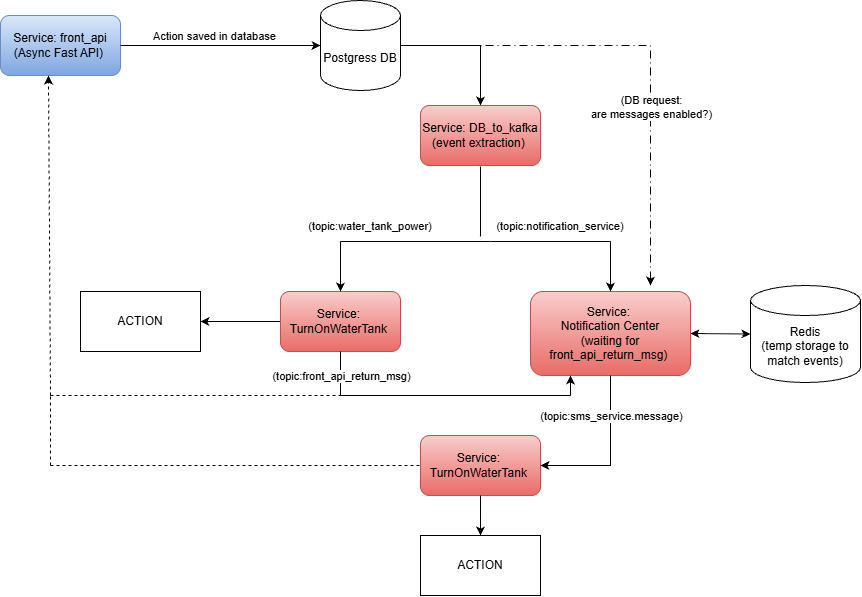
Before: docs/architecture.png, a diagram exported from draw.io (bart234/Microservices_p1_water_tanks_tracker). Source tidied: cells renumbered, new cells last; positions are measured from the earlier drawing's top-left corner, leaving out a move shared by most shapes. Source of this version:
```xml
<mxGraphModel>
  <root>
    <mxCell id="0" />
    <mxCell id="1" parent="0" />
    <mxCell id="2" value="Service: front_api&lt;div&gt;(Async Fast API)&amp;nbsp;&lt;/div&gt;" style="rounded=1;whiteSpace=wrap;html=1;roundedPerimeter=1;fillColor=#dae8fc;gradientColor=#7ea6e0;strokeColor=#6c8ebf;" parent="1" vertex="1">
      <mxGeometry y="15" width="120" height="60" as="geometry" />
    </mxCell>
    <mxCell id="3" style="edgeStyle=orthogonalEdgeStyle;rounded=0;jettySize=auto;html=1;exitX=1;exitY=0.5;exitDx=0;exitDy=0;exitPerimeter=0;entryX=0.5;entryY=0;entryDx=0;entryDy=0;" parent="1" edge="1" source="4" target="17">
      <mxGeometry relative="1" as="geometry" />
    </mxCell>
    <mxCell id="4" value="Postgress DB" style="shape=cylinder3;whiteSpace=wrap;html=1;boundedLbl=1;backgroundOutline=1;size=15;" parent="1" vertex="1">
      <mxGeometry x="320" width="80" height="90" as="geometry" />
    </mxCell>
    <mxCell id="5" style="endArrow=classic;html=1;rounded=0;exitX=1;exitY=0.5;exitDx=0;exitDy=0;entryX=0;entryY=0.5;entryDx=0;entryDy=0;entryPerimeter=0;" parent="1" edge="1" source="2" target="4">
      <mxGeometry relative="1" as="geometry" />
    </mxCell>
    <mxCell id="6" value="Action saved in database" style="edgeLabel;html=1;align=center;verticalAlign=middle;" parent="5" vertex="1">
      <mxGeometry x="-0.07" y="-3" relative="1" as="geometry">
        <mxPoint y="-13" as="offset" />
      </mxGeometry>
    </mxCell>
    <mxCell id="7" style="endArrow=none;html=1;rounded=0;" parent="1" edge="1">
      <mxGeometry relative="1" as="geometry">
        <mxPoint x="480" y="236" as="sourcePoint" />
        <mxPoint x="480" y="166" as="targetPoint" />
      </mxGeometry>
    </mxCell>
    <mxCell id="8" style="edgeStyle=orthogonalEdgeStyle;rounded=0;jettySize=auto;html=1;exitX=0;exitY=0.5;exitDx=0;exitDy=0;entryX=1;entryY=0.5;entryDx=0;entryDy=0;" parent="1" edge="1" source="9" target="20">
      <mxGeometry relative="1" as="geometry" />
    </mxCell>
    <mxCell id="9" value="Service:&amp;nbsp;&lt;div&gt;TurnOnWaterTank&lt;span style=&quot;background-color: transparent; color: light-dark(rgb(0, 0, 0), rgb(255, 255, 255));&quot;&gt;&amp;nbsp;&lt;/span&gt;&lt;/div&gt;" style="rounded=1;whiteSpace=wrap;html=1;roundedPerimeter=1;fillColor=#f8cecc;gradientColor=#ea6b66;strokeColor=#b85450;" parent="1" vertex="1">
      <mxGeometry x="280" y="291" width="120" height="60" as="geometry" />
    </mxCell>
    <mxCell id="10" value="Service:&amp;nbsp;&lt;div&gt;Notification Center&lt;div&gt;(waiting for front_api_return_msg)&amp;nbsp;&lt;/div&gt;&lt;/div&gt;" style="rounded=1;whiteSpace=wrap;html=1;roundedPerimeter=1;fillColor=#f8cecc;gradientColor=#ea6b66;strokeColor=#b85450;" parent="1" vertex="1">
      <mxGeometry x="530" y="291" width="160" height="84" as="geometry" />
    </mxCell>
    <mxCell id="11" style="endArrow=none;html=1;rounded=0;" parent="1" edge="1">
      <mxGeometry relative="1" as="geometry">
        <mxPoint x="490" y="241" as="sourcePoint" />
        <mxPoint x="610" y="241" as="targetPoint" />
      </mxGeometry>
    </mxCell>
    <mxCell id="12" value="(topic:notification_service)&amp;nbsp;" style="edgeLabel;html=1;align=center;verticalAlign=middle;" parent="11" vertex="1">
      <mxGeometry x="0.18" y="4" relative="1" as="geometry">
        <mxPoint x="-1" y="-12" as="offset" />
      </mxGeometry>
    </mxCell>
    <mxCell id="13" style="endArrow=none;html=1;rounded=0;" parent="1" edge="1">
      <mxGeometry relative="1" as="geometry">
        <mxPoint x="340" y="241" as="sourcePoint" />
        <mxPoint x="490" y="241" as="targetPoint" />
      </mxGeometry>
    </mxCell>
    <mxCell id="14" value="(topic:water_tank_power)&amp;nbsp;" style="edgeLabel;html=1;align=center;verticalAlign=middle;" parent="13" vertex="1">
      <mxGeometry x="-0.6" y="-2" relative="1" as="geometry">
        <mxPoint y="-18" as="offset" />
      </mxGeometry>
    </mxCell>
    <mxCell id="15" style="endArrow=classic;html=1;rounded=0;entryX=0.5;entryY=0;entryDx=0;entryDy=0;" parent="1" edge="1" target="9">
      <mxGeometry relative="1" as="geometry">
        <mxPoint x="340" y="241" as="sourcePoint" />
      </mxGeometry>
    </mxCell>
    <mxCell id="16" style="endArrow=classic;html=1;rounded=0;" parent="1" edge="1" target="10">
      <mxGeometry x="0.83" relative="1" as="geometry">
        <mxPoint x="610" y="241" as="sourcePoint" />
      </mxGeometry>
    </mxCell>
    <mxCell id="17" value="Service: DB_to_kafka&lt;div&gt;(event extraction)&amp;nbsp;&lt;/div&gt;" style="rounded=1;whiteSpace=wrap;html=1;roundedPerimeter=1;fillColor=#f8cecc;gradientColor=#ea6b66;strokeColor=#b85450;" parent="1" vertex="1">
      <mxGeometry x="420" y="105" width="120" height="60" as="geometry" />
    </mxCell>
    <mxCell id="18" value="Redis&lt;br&gt;(temp storage to match events)" style="shape=cylinder3;whiteSpace=wrap;html=1;boundedLbl=1;backgroundOutline=1;size=15;" parent="1" vertex="1">
      <mxGeometry x="750" y="285" width="110" height="97" as="geometry" />
    </mxCell>
    <mxCell id="19" style="endArrow=classic;startArrow=classic;html=1;rounded=0;entryX=0;entryY=0.5;entryDx=0;entryDy=0;entryPerimeter=0;exitX=1;exitY=0.5;exitDx=0;exitDy=0;" parent="1" edge="1" source="10" target="18">
      <mxGeometry relative="1" as="geometry" />
    </mxCell>
    <mxCell id="20" value="ACTION" style="rounded=0;whiteSpace=wrap;html=1;" parent="1" vertex="1">
      <mxGeometry x="80" y="291" width="120" height="60" as="geometry" />
    </mxCell>
    <mxCell id="21" style="endArrow=none;html=1;rounded=0;entryX=0.5;entryY=1;entryDx=0;entryDy=0;" parent="1" edge="1" target="9">
      <mxGeometry relative="1" as="geometry">
        <mxPoint x="340" y="395" as="sourcePoint" />
      </mxGeometry>
    </mxCell>
    <mxCell id="22" style="endArrow=none;html=1;rounded=0;dashed=1;" parent="1" edge="1">
      <mxGeometry relative="1" as="geometry">
        <mxPoint x="50" y="395" as="sourcePoint" />
        <mxPoint x="340" y="395" as="targetPoint" />
      </mxGeometry>
    </mxCell>
    <mxCell id="23" style="endArrow=none;html=1;rounded=0;" parent="1" edge="1">
      <mxGeometry relative="1" as="geometry">
        <mxPoint x="340" y="395" as="sourcePoint" />
        <mxPoint x="570" y="395" as="targetPoint" />
      </mxGeometry>
    </mxCell>
    <mxCell id="24" value="(topic:front_api_return_msg)" style="edgeLabel;html=1;align=center;verticalAlign=middle;" parent="23" vertex="1">
      <mxGeometry x="-0.08" y="-3" relative="1" as="geometry">
        <mxPoint x="-106" y="-23" as="offset" />
      </mxGeometry>
    </mxCell>
    <mxCell id="25" style="endArrow=classic;html=1;rounded=0;entryX=0.25;entryY=1;entryDx=0;entryDy=0;" parent="1" edge="1" target="10">
      <mxGeometry relative="1" as="geometry">
        <mxPoint x="570" y="395" as="sourcePoint" />
      </mxGeometry>
    </mxCell>
    <mxCell id="26" style="endArrow=classic;html=1;rounded=0;entryX=0.4;entryY=1;entryDx=0;entryDy=0;dashed=1;" parent="1" edge="1" target="2">
      <mxGeometry relative="1" as="geometry">
        <mxPoint x="50" y="395" as="sourcePoint" />
      </mxGeometry>
    </mxCell>
    <mxCell id="27" value="Service:&amp;nbsp;&lt;div&gt;TurnOnWaterTank&lt;span style=&quot;background-color: transparent; color: light-dark(rgb(0, 0, 0), rgb(255, 255, 255));&quot;&gt;&amp;nbsp;&lt;/span&gt;&lt;/div&gt;" style="rounded=1;whiteSpace=wrap;html=1;roundedPerimeter=1;fillColor=#f8cecc;gradientColor=#ea6b66;strokeColor=#b85450;" parent="1" vertex="1">
      <mxGeometry x="420" y="435" width="120" height="60" as="geometry" />
    </mxCell>
    <mxCell id="28" style="endArrow=classic;html=1;rounded=0;entryX=1;entryY=0.5;entryDx=0;entryDy=0;exitX=0.5;exitY=1;exitDx=0;exitDy=0;" parent="1" edge="1" source="10" target="27">
      <mxGeometry relative="1" as="geometry">
        <Array as="points">
          <mxPoint x="610" y="465" />
        </Array>
      </mxGeometry>
    </mxCell>
    <mxCell id="29" value="(topic:sms_service.message)" style="edgeLabel;html=1;align=center;verticalAlign=middle;" parent="28" vertex="1">
      <mxGeometry x="0.41" relative="1" as="geometry">
        <mxPoint x="23" y="-50" as="offset" />
      </mxGeometry>
    </mxCell>
    <mxCell id="30" style="edgeStyle=orthogonalEdgeStyle;rounded=0;jettySize=auto;html=1;exitX=0.5;exitY=1;exitDx=0;exitDy=0;entryX=0.5;entryY=0;entryDx=0;entryDy=0;" parent="1" edge="1" source="27" target="31">
      <mxGeometry x="-0.6" relative="1" as="geometry" />
    </mxCell>
    <mxCell id="31" value="ACTION" style="rounded=0;whiteSpace=wrap;html=1;" parent="1" vertex="1">
      <mxGeometry x="420" y="535" width="120" height="60" as="geometry" />
    </mxCell>
    <mxCell id="32" style="endArrow=none;html=1;rounded=0;dashed=1;entryX=0;entryY=0.5;entryDx=0;entryDy=0;" parent="1" edge="1" target="27">
      <mxGeometry relative="1" as="geometry">
        <mxPoint x="50" y="465" as="sourcePoint" />
      </mxGeometry>
    </mxCell>
    <mxCell id="33" style="endArrow=none;dashed=1;html=1;rounded=0;" parent="1" edge="1">
      <mxGeometry relative="1" as="geometry">
        <mxPoint x="50" y="465" as="sourcePoint" />
        <mxPoint x="50" y="395" as="targetPoint" />
      </mxGeometry>
    </mxCell>
    <mxCell id="34" style="endArrow=classic;html=1;rounded=0;exitX=1;exitY=0.5;exitDx=0;exitDy=0;exitPerimeter=0;dashed=1;dashPattern=8 4 1 4;" parent="1" edge="1" source="4">
      <mxGeometry relative="1" as="geometry">
        <mxPoint x="650" y="285" as="targetPoint" />
        <Array as="points">
          <mxPoint x="650" y="45" />
        </Array>
      </mxGeometry>
    </mxCell>
    <mxCell id="35" value="(DB request:&lt;div&gt;are messages enabled?)&lt;/div&gt;" style="edgeLabel;html=1;align=center;verticalAlign=middle;" parent="34" vertex="1">
      <mxGeometry x="0.27" relative="1" as="geometry" />
    </mxCell>
  </root>
</mxGraphModel>
```
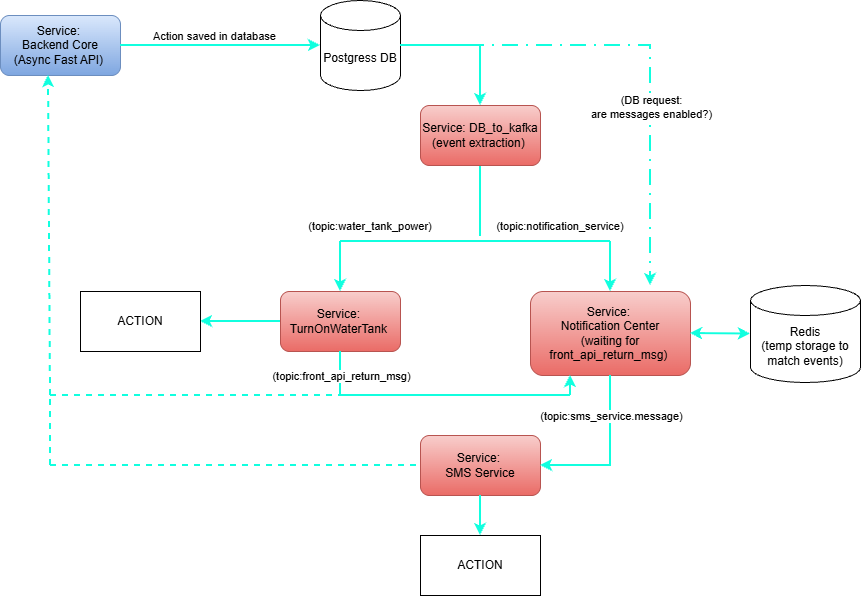
Above is the later version.

Diff of the diagram source:
```diff
@@ -2,16 +2,16 @@
   <root>
     <mxCell id="0" />
     <mxCell id="1" parent="0" />
-    <mxCell id="2" value="Service: front_api&lt;div&gt;(Async Fast API)&amp;nbsp;&lt;/div&gt;" style="rounded=1;whiteSpace=wrap;html=1;roundedPerimeter=1;fillColor=#dae8fc;gradientColor=#7ea6e0;strokeColor=#6c8ebf;" parent="1" vertex="1">
+    <mxCell id="2" value="Service:&amp;nbsp;&lt;div&gt;Backend Core&lt;div&gt;(Async Fast API)&amp;nbsp;&lt;/div&gt;&lt;/div&gt;" style="rounded=1;whiteSpace=wrap;html=1;roundedPerimeter=1;fillColor=#dae8fc;gradientColor=#7ea6e0;strokeColor=#6c8ebf;" parent="1" vertex="1">
       <mxGeometry y="15" width="120" height="60" as="geometry" />
     </mxCell>
-    <mxCell id="3" style="edgeStyle=orthogonalEdgeStyle;rounded=0;jettySize=auto;html=1;exitX=1;exitY=0.5;exitDx=0;exitDy=0;exitPerimeter=0;entryX=0.5;entryY=0;entryDx=0;entryDy=0;" parent="1" edge="1" source="4" target="17">
+    <mxCell id="3" style="edgeStyle=orthogonalEdgeStyle;rounded=0;jettySize=auto;html=1;exitX=1;exitY=0.5;exitDx=0;exitDy=0;exitPerimeter=0;entryX=0.5;entryY=0;entryDx=0;entryDy=0;endSize=6;strokeWidth=2;fillColor=none;strokeColor=#11FFDF;" parent="1" edge="1" source="4" target="17">
       <mxGeometry relative="1" as="geometry" />
     </mxCell>
     <mxCell id="4" value="Postgress DB" style="shape=cylinder3;whiteSpace=wrap;html=1;boundedLbl=1;backgroundOutline=1;size=15;" parent="1" vertex="1">
       <mxGeometry x="320" width="80" height="90" as="geometry" />
     </mxCell>
-    <mxCell id="5" style="endArrow=classic;html=1;rounded=0;exitX=1;exitY=0.5;exitDx=0;exitDy=0;entryX=0;entryY=0.5;entryDx=0;entryDy=0;entryPerimeter=0;" parent="1" edge="1" source="2" target="4">
+    <mxCell id="5" style="endArrow=classic;html=1;rounded=0;exitX=1;exitY=0.5;exitDx=0;exitDy=0;entryX=0;entryY=0.5;entryDx=0;entryDy=0;entryPerimeter=0;endSize=6;strokeWidth=2;fillColor=none;strokeColor=#11FFDF;" parent="1" edge="1" source="2" target="4">
       <mxGeometry relative="1" as="geometry" />
     </mxCell>
     <mxCell id="6" value="Action saved in database" style="edgeLabel;html=1;align=center;verticalAlign=middle;" parent="5" vertex="1">
@@ -19,13 +19,13 @@
         <mxPoint y="-13" as="offset" />
       </mxGeometry>
     </mxCell>
-    <mxCell id="7" style="endArrow=none;html=1;rounded=0;" parent="1" edge="1">
+    <mxCell id="7" style="endArrow=none;html=1;rounded=0;endSize=6;strokeWidth=2;fillColor=none;strokeColor=#11FFDF;" parent="1" edge="1">
       <mxGeometry relative="1" as="geometry">
         <mxPoint x="480" y="236" as="sourcePoint" />
         <mxPoint x="480" y="166" as="targetPoint" />
       </mxGeometry>
     </mxCell>
-    <mxCell id="8" style="edgeStyle=orthogonalEdgeStyle;rounded=0;jettySize=auto;html=1;exitX=0;exitY=0.5;exitDx=0;exitDy=0;entryX=1;entryY=0.5;entryDx=0;entryDy=0;" parent="1" edge="1" source="9" target="20">
+    <mxCell id="8" style="edgeStyle=orthogonalEdgeStyle;rounded=0;jettySize=auto;html=1;exitX=0;exitY=0.5;exitDx=0;exitDy=0;entryX=1;entryY=0.5;entryDx=0;entryDy=0;endSize=6;strokeWidth=2;fillColor=none;strokeColor=#11FFDF;" parent="1" edge="1" source="9" target="20">
       <mxGeometry relative="1" as="geometry" />
     </mxCell>
     <mxCell id="9" value="Service:&amp;nbsp;&lt;div&gt;TurnOnWaterTank&lt;span style=&quot;background-color: transparent; color: light-dark(rgb(0, 0, 0), rgb(255, 255, 255));&quot;&gt;&amp;nbsp;&lt;/span&gt;&lt;/div&gt;" style="rounded=1;whiteSpace=wrap;html=1;roundedPerimeter=1;fillColor=#f8cecc;gradientColor=#ea6b66;strokeColor=#b85450;" parent="1" vertex="1">
@@ -34,7 +34,7 @@
     <mxCell id="10" value="Service:&amp;nbsp;&lt;div&gt;Notification Center&lt;div&gt;(waiting for front_api_return_msg)&amp;nbsp;&lt;/div&gt;&lt;/div&gt;" style="rounded=1;whiteSpace=wrap;html=1;roundedPerimeter=1;fillColor=#f8cecc;gradientColor=#ea6b66;strokeColor=#b85450;" parent="1" vertex="1">
       <mxGeometry x="530" y="291" width="160" height="84" as="geometry" />
     </mxCell>
-    <mxCell id="11" style="endArrow=none;html=1;rounded=0;" parent="1" edge="1">
+    <mxCell id="11" style="endArrow=none;html=1;rounded=0;endSize=6;strokeWidth=2;fillColor=none;strokeColor=#11FFDF;" parent="1" edge="1">
       <mxGeometry relative="1" as="geometry">
         <mxPoint x="490" y="241" as="sourcePoint" />
         <mxPoint x="610" y="241" as="targetPoint" />
@@ -45,7 +45,7 @@
         <mxPoint x="-1" y="-12" as="offset" />
       </mxGeometry>
     </mxCell>
-    <mxCell id="13" style="endArrow=none;html=1;rounded=0;" parent="1" edge="1">
+    <mxCell id="13" style="endArrow=none;html=1;rounded=0;endSize=6;strokeWidth=2;fillColor=none;strokeColor=#11FFDF;" parent="1" edge="1">
       <mxGeometry relative="1" as="geometry">
         <mxPoint x="340" y="241" as="sourcePoint" />
         <mxPoint x="490" y="241" as="targetPoint" />
@@ -56,12 +56,12 @@
         <mxPoint y="-18" as="offset" />
       </mxGeometry>
     </mxCell>
-    <mxCell id="15" style="endArrow=classic;html=1;rounded=0;entryX=0.5;entryY=0;entryDx=0;entryDy=0;" parent="1" edge="1" target="9">
+    <mxCell id="15" style="endArrow=classic;html=1;rounded=0;entryX=0.5;entryY=0;entryDx=0;entryDy=0;endSize=6;strokeWidth=2;fillColor=none;strokeColor=#11FFDF;" parent="1" edge="1" target="9">
       <mxGeometry relative="1" as="geometry">
         <mxPoint x="340" y="241" as="sourcePoint" />
       </mxGeometry>
     </mxCell>
-    <mxCell id="16" style="endArrow=classic;html=1;rounded=0;" parent="1" edge="1" target="10">
+    <mxCell id="16" style="endArrow=classic;html=1;rounded=0;endSize=6;strokeWidth=2;fillColor=none;strokeColor=#11FFDF;" parent="1" edge="1" target="10">
       <mxGeometry x="0.83" relative="1" as="geometry">
         <mxPoint x="610" y="241" as="sourcePoint" />
       </mxGeometry>
@@ -72,24 +72,24 @@
     <mxCell id="18" value="Redis&lt;br&gt;(temp storage to match events)" style="shape=cylinder3;whiteSpace=wrap;html=1;boundedLbl=1;backgroundOutline=1;size=15;" parent="1" vertex="1">
       <mxGeometry x="750" y="285" width="110" height="97" as="geometry" />
     </mxCell>
-    <mxCell id="19" style="endArrow=classic;startArrow=classic;html=1;rounded=0;entryX=0;entryY=0.5;entryDx=0;entryDy=0;entryPerimeter=0;exitX=1;exitY=0.5;exitDx=0;exitDy=0;" parent="1" edge="1" source="10" target="18">
+    <mxCell id="19" style="endArrow=classic;startArrow=classic;html=1;rounded=0;entryX=0;entryY=0.5;entryDx=0;entryDy=0;entryPerimeter=0;exitX=1;exitY=0.5;exitDx=0;exitDy=0;endSize=6;strokeWidth=2;fillColor=none;strokeColor=#11FFDF;" parent="1" edge="1" source="10" target="18">
       <mxGeometry relative="1" as="geometry" />
     </mxCell>
     <mxCell id="20" value="ACTION" style="rounded=0;whiteSpace=wrap;html=1;" parent="1" vertex="1">
       <mxGeometry x="80" y="291" width="120" height="60" as="geometry" />
     </mxCell>
-    <mxCell id="21" style="endArrow=none;html=1;rounded=0;entryX=0.5;entryY=1;entryDx=0;entryDy=0;" parent="1" edge="1" target="9">
+    <mxCell id="21" style="endArrow=none;html=1;rounded=0;entryX=0.5;entryY=1;entryDx=0;entryDy=0;endSize=6;strokeWidth=2;fillColor=none;strokeColor=#11FFDF;" parent="1" edge="1" target="9">
       <mxGeometry relative="1" as="geometry">
         <mxPoint x="340" y="395" as="sourcePoint" />
       </mxGeometry>
     </mxCell>
-    <mxCell id="22" style="endArrow=none;html=1;rounded=0;dashed=1;" parent="1" edge="1">
+    <mxCell id="22" style="endArrow=none;html=1;rounded=0;dashed=1;endSize=6;strokeWidth=2;fillColor=none;strokeColor=#11FFDF;" parent="1" edge="1">
       <mxGeometry relative="1" as="geometry">
         <mxPoint x="50" y="395" as="sourcePoint" />
         <mxPoint x="340" y="395" as="targetPoint" />
       </mxGeometry>
     </mxCell>
-    <mxCell id="23" style="endArrow=none;html=1;rounded=0;" parent="1" edge="1">
+    <mxCell id="23" style="endArrow=none;html=1;rounded=0;endSize=6;strokeWidth=2;fillColor=none;strokeColor=#11FFDF;" parent="1" edge="1">
       <mxGeometry relative="1" as="geometry">
         <mxPoint x="340" y="395" as="sourcePoint" />
         <mxPoint x="570" y="395" as="targetPoint" />
@@ -100,20 +100,20 @@
         <mxPoint x="-106" y="-23" as="offset" />
       </mxGeometry>
     </mxCell>
-    <mxCell id="25" style="endArrow=classic;html=1;rounded=0;entryX=0.25;entryY=1;entryDx=0;entryDy=0;" parent="1" edge="1" target="10">
+    <mxCell id="25" style="endArrow=classic;html=1;rounded=0;entryX=0.25;entryY=1;entryDx=0;entryDy=0;endSize=6;strokeWidth=2;fillColor=none;strokeColor=#11FFDF;" parent="1" edge="1" target="10">
       <mxGeometry relative="1" as="geometry">
         <mxPoint x="570" y="395" as="sourcePoint" />
       </mxGeometry>
     </mxCell>
-    <mxCell id="26" style="endArrow=classic;html=1;rounded=0;entryX=0.4;entryY=1;entryDx=0;entryDy=0;dashed=1;" parent="1" edge="1" target="2">
+    <mxCell id="26" style="endArrow=classic;html=1;rounded=0;entryX=0.4;entryY=1;entryDx=0;entryDy=0;dashed=1;endSize=6;strokeWidth=2;fillColor=none;strokeColor=#11FFDF;" parent="1" edge="1" target="2">
       <mxGeometry relative="1" as="geometry">
         <mxPoint x="50" y="395" as="sourcePoint" />
       </mxGeometry>
     </mxCell>
-    <mxCell id="27" value="Service:&amp;nbsp;&lt;div&gt;TurnOnWaterTank&lt;span style=&quot;background-color: transparent; color: light-dark(rgb(0, 0, 0), rgb(255, 255, 255));&quot;&gt;&amp;nbsp;&lt;/span&gt;&lt;/div&gt;" style="rounded=1;whiteSpace=wrap;html=1;roundedPerimeter=1;fillColor=#f8cecc;gradientColor=#ea6b66;strokeColor=#b85450;" parent="1" vertex="1">
+    <mxCell id="27" value="Service:&amp;nbsp;&lt;div&gt;SMS Service&lt;/div&gt;" style="rounded=1;whiteSpace=wrap;html=1;roundedPerimeter=1;fillColor=#f8cecc;gradientColor=#ea6b66;strokeColor=#b85450;" parent="1" vertex="1">
       <mxGeometry x="420" y="435" width="120" height="60" as="geometry" />
     </mxCell>
-    <mxCell id="28" style="endArrow=classic;html=1;rounded=0;entryX=1;entryY=0.5;entryDx=0;entryDy=0;exitX=0.5;exitY=1;exitDx=0;exitDy=0;" parent="1" edge="1" source="10" target="27">
+    <mxCell id="28" style="endArrow=classic;html=1;rounded=0;entryX=1;entryY=0.5;entryDx=0;entryDy=0;exitX=0.5;exitY=1;exitDx=0;exitDy=0;endSize=6;strokeWidth=2;fillColor=none;strokeColor=#11FFDF;" parent="1" edge="1" source="10" target="27">
       <mxGeometry relative="1" as="geometry">
         <Array as="points">
           <mxPoint x="610" y="465" />
@@ -125,24 +125,24 @@
         <mxPoint x="23" y="-50" as="offset" />
       </mxGeometry>
     </mxCell>
-    <mxCell id="30" style="edgeStyle=orthogonalEdgeStyle;rounded=0;jettySize=auto;html=1;exitX=0.5;exitY=1;exitDx=0;exitDy=0;entryX=0.5;entryY=0;entryDx=0;entryDy=0;" parent="1" edge="1" source="27" target="31">
+    <mxCell id="30" style="edgeStyle=orthogonalEdgeStyle;rounded=0;jettySize=auto;html=1;exitX=0.5;exitY=1;exitDx=0;exitDy=0;entryX=0.5;entryY=0;entryDx=0;entryDy=0;endSize=6;strokeWidth=2;fillColor=none;strokeColor=#11FFDF;" parent="1" edge="1" source="27" target="31">
       <mxGeometry x="-0.6" relative="1" as="geometry" />
     </mxCell>
     <mxCell id="31" value="ACTION" style="rounded=0;whiteSpace=wrap;html=1;" parent="1" vertex="1">
       <mxGeometry x="420" y="535" width="120" height="60" as="geometry" />
     </mxCell>
-    <mxCell id="32" style="endArrow=none;html=1;rounded=0;dashed=1;entryX=0;entryY=0.5;entryDx=0;entryDy=0;" parent="1" edge="1" target="27">
+    <mxCell id="32" style="endArrow=none;html=1;rounded=0;dashed=1;entryX=0;entryY=0.5;entryDx=0;entryDy=0;endSize=6;strokeWidth=2;fillColor=none;strokeColor=#11FFDF;" parent="1" edge="1" target="27">
       <mxGeometry relative="1" as="geometry">
         <mxPoint x="50" y="465" as="sourcePoint" />
       </mxGeometry>
     </mxCell>
-    <mxCell id="33" style="endArrow=none;dashed=1;html=1;rounded=0;" parent="1" edge="1">
+    <mxCell id="33" style="endArrow=none;dashed=1;html=1;rounded=0;endSize=6;strokeWidth=2;fillColor=none;strokeColor=#11FFDF;" parent="1" edge="1">
       <mxGeometry relative="1" as="geometry">
         <mxPoint x="50" y="465" as="sourcePoint" />
         <mxPoint x="50" y="395" as="targetPoint" />
       </mxGeometry>
     </mxCell>
-    <mxCell id="34" style="endArrow=classic;html=1;rounded=0;exitX=1;exitY=0.5;exitDx=0;exitDy=0;exitPerimeter=0;dashed=1;dashPattern=8 4 1 4;" parent="1" edge="1" source="4">
+    <mxCell id="34" style="endArrow=classic;html=1;rounded=0;exitX=1;exitY=0.5;exitDx=0;exitDy=0;exitPerimeter=0;dashed=1;dashPattern=8 4 1 4;endSize=6;strokeWidth=2;fillColor=none;strokeColor=#11FFDF;" parent="1" edge="1" source="4">
       <mxGeometry relative="1" as="geometry">
         <mxPoint x="650" y="285" as="targetPoint" />
         <Array as="points">
```
